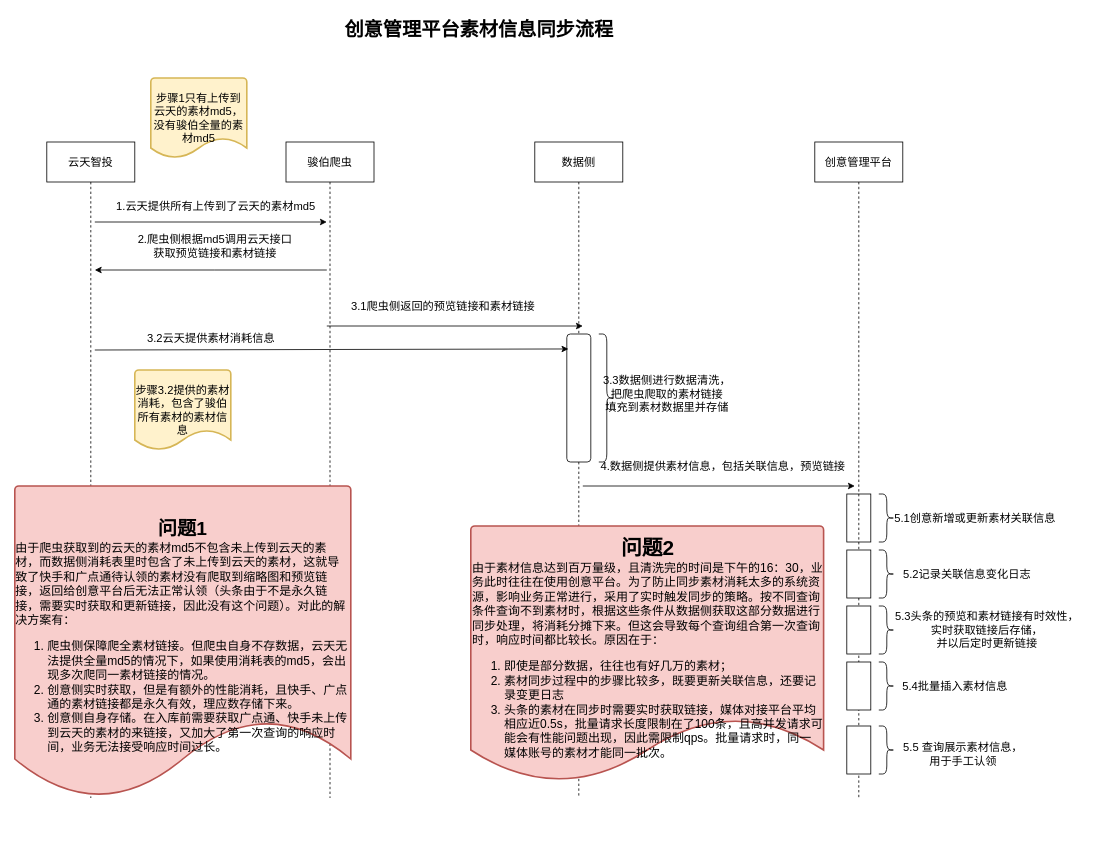
The draw.io diagram 创意素材手工认领.drawio in Willhow-Gao/drawIOStore, before the edit. Source tidied: cells renumbered, new cells numbered last; positions are measured from the earlier drawing's top-left corner, leaving out a move shared by most shapes. Both pictures are drawn from the tidied source at 80%, with x=0, y=0 at pixel (14, 14).
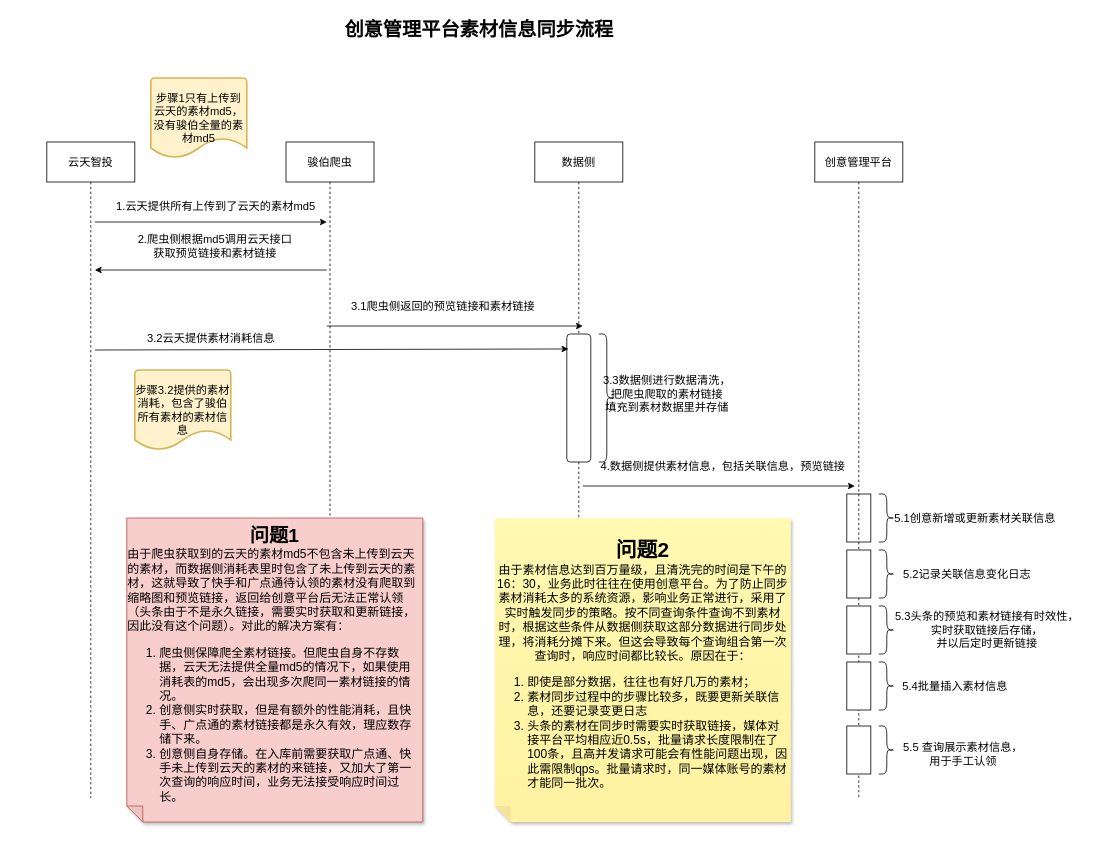
The same diagram, later.

Commit message (it also covers changes not shown here):
更新创意素材手工认领.drawio

Diff of the diagram source:
```diff
@@
-    <mxCell id="43" value="&lt;div style=&quot;text-align: center;&quot;&gt;&lt;span style=&quot;background-color: initial;&quot;&gt;&lt;b&gt;&lt;font style=&quot;font-size: 26px;&quot;&gt;问题2&lt;/font&gt;&lt;/b&gt;&lt;/span&gt;&lt;/div&gt;&lt;font style=&quot;font-size: 15px;&quot;&gt;由于素材信息达到百万量级，且清洗完的时间是下午的16：30，业务此时往往在使用创意平台。为了防止同步素材消耗太多的系统资源，影响业务正常进行，采用了实时触发同步的策略。按不同查询条件查询不到素材时，根据这些条件从数据侧获取这部分数据进行同步处理，将消耗分摊下来。但这会导致每个查询组合第一次查询时，响应时间都比较长。原因在于：&lt;br&gt;&lt;/font&gt;&lt;ol style=&quot;font-size: 15px;&quot;&gt;&lt;li style=&quot;&quot;&gt;&lt;font style=&quot;font-size: 15px;&quot;&gt;即使是部分数据，往往也有好几万的素材；&lt;br&gt;&lt;/font&gt;&lt;/li&gt;&lt;li style=&quot;&quot;&gt;&lt;font style=&quot;font-size: 15px;&quot;&gt;素材同步过程中的步骤比较多，既要更新关联信息，还要记录变更日志&lt;/font&gt;&lt;/li&gt;&lt;li style=&quot;&quot;&gt;&lt;font style=&quot;font-size: 15px;&quot;&gt;头条的素材在同步时需要实时获取链接，媒体对接平台平均相应近0.5s，批量请求长度限制在了100条，且高并发请求可能会有性能问题出现，因此需限制qps。批量请求时，同一媒体账号的素材才能同一批次。&lt;/font&gt;&lt;/li&gt;&lt;/ol&gt;" style="strokeWidth=2;html=1;shape=mxgraph.flowchart.document2;whiteSpace=wrap;size=0.25;align=left;fillColor=#f8cecc;strokeColor=#b85450;" parent="1" vertex="1">
-      <mxGeometry x="570" y="640" width="441" height="320" as="geometry" />
+    <mxCell id="43" value="&lt;div style=&quot;border-color: var(--border-color);&quot;&gt;&lt;b style=&quot;border-color: var(--border-color);&quot;&gt;&lt;font style=&quot;border-color: var(--border-color); font-size: 26px;&quot;&gt;问题2&lt;/font&gt;&lt;/b&gt;&lt;/div&gt;&lt;font style=&quot;border-color: var(--border-color); text-align: left; font-size: 15px;&quot;&gt;由于素材信息达到百万量级，且清洗完的时间是下午的16：30，业务此时往往在使用创意平台。为了防止同步素材消耗太多的系统资源，影响业务正常进行，采用了实时触发同步的策略。按不同查询条件查询不到素材时，根据这些条件从数据侧获取这部分数据进行同步处理，将消耗分摊下来。但这会导致每个查询组合第一次查询时，响应时间都比较长。原因在于：&lt;br style=&quot;border-color: var(--border-color);&quot;&gt;&lt;/font&gt;&lt;ol style=&quot;border-color: var(--border-color); text-align: left; font-size: 15px;&quot;&gt;&lt;li style=&quot;border-color: var(--border-color);&quot;&gt;&lt;font style=&quot;border-color: var(--border-color);&quot;&gt;即使是部分数据，往往也有好几万的素材；&lt;br style=&quot;border-color: var(--border-color);&quot;&gt;&lt;/font&gt;&lt;/li&gt;&lt;li style=&quot;border-color: var(--border-color);&quot;&gt;&lt;font style=&quot;border-color: var(--border-color);&quot;&gt;素材同步过程中的步骤比较多，既要更新关联信息，还要记录变更日志&lt;/font&gt;&lt;/li&gt;&lt;li style=&quot;border-color: var(--border-color);&quot;&gt;&lt;font style=&quot;border-color: var(--border-color);&quot;&gt;头条的素材在同步时需要实时获取链接，媒体对接平台平均相应近0.5s，批量请求长度限制在了100条，且高并发请求可能会有性能问题出现，因此需限制qps。批量请求时，同一媒体账号的素材才能同一批次。&lt;/font&gt;&lt;/li&gt;&lt;/ol&gt;" style="shape=note;whiteSpace=wrap;html=1;backgroundOutline=1;fontColor=#000000;darkOpacity=0.05;fillColor=#FFF9B2;strokeColor=none;fillStyle=solid;direction=west;gradientDirection=north;gradientColor=#FFF2A1;shadow=1;size=20;" parent="1" vertex="1">
+      <mxGeometry x="600" y="630" width="370" height="380" as="geometry" />
     </mxCell>
-    <mxCell id="44" value="&lt;font size=&quot;1&quot; style=&quot;&quot;&gt;&lt;b style=&quot;font-size: 24px;&quot;&gt;问题1&lt;/b&gt;&lt;/font&gt;&lt;br&gt;&lt;div style=&quot;text-align: left; font-size: 15px;&quot;&gt;&lt;span style=&quot;background-color: initial;&quot;&gt;&lt;font style=&quot;font-size: 15px;&quot;&gt;由于爬虫获取到的云天的素材md5不包含未上传到云天的素材，而数据侧消耗表里时包含了未上传到云天的素材，这就导致了快手和广点通待认领的素材没有爬取到缩略图和预览链接，返回给创意平台后无法正常认领（头条由于不是永久链接，需要实时获取和更新链接，因此没有这个问题）。对此的解决方案有：&lt;/font&gt;&lt;/span&gt;&lt;/div&gt;&lt;div style=&quot;text-align: left; font-size: 15px;&quot;&gt;&lt;ol style=&quot;&quot;&gt;&lt;li style=&quot;&quot;&gt;&lt;span style=&quot;background-color: initial;&quot;&gt;&lt;font style=&quot;font-size: 15px;&quot;&gt;爬虫侧保障爬全素材链接。但爬虫自身不存数据，云天无法提供全量md5的情况下，如果使用消耗表的md5，会出现多次爬同一素材链接的情况。&lt;/font&gt;&lt;/span&gt;&lt;/li&gt;&lt;li style=&quot;&quot;&gt;&lt;span style=&quot;background-color: initial;&quot;&gt;&lt;font style=&quot;font-size: 15px;&quot;&gt;创意侧实时获取，但是有额外的性能消耗，且快手、广点通的素材链接都是永久有效，理应数存储下来。&lt;/font&gt;&lt;/span&gt;&lt;/li&gt;&lt;li style=&quot;&quot;&gt;&lt;span style=&quot;background-color: initial;&quot;&gt;&lt;font style=&quot;font-size: 15px;&quot;&gt;创意侧自身存储。在入库前需要获取广点通、快手未上传到云天的素材的来链接，又加大了第一次查询的响应时间，业务无法接受响应时间过长。&lt;/font&gt;&lt;/span&gt;&lt;/li&gt;&lt;/ol&gt;&lt;/div&gt;" style="strokeWidth=2;html=1;shape=mxgraph.flowchart.document2;whiteSpace=wrap;size=0.25;fillColor=#f8cecc;strokeColor=#b85450;" parent="1" vertex="1">
-      <mxGeometry y="590" width="420" height="390" as="geometry" />
+    <mxCell id="44" value="&lt;div style=&quot;border-color: var(--border-color);&quot;&gt;&lt;font style=&quot;border-color: var(--border-color);&quot;&gt;&lt;b style=&quot;border-color: var(--border-color); font-size: 24px;&quot;&gt;问题1&lt;/b&gt;&lt;/font&gt;&lt;br style=&quot;border-color: var(--border-color);&quot;&gt;&lt;div style=&quot;border-color: var(--border-color); text-align: left; font-size: 15px;&quot;&gt;由于爬虫获取到的云天的素材md5不包含未上传到云天的素材，而数据侧消耗表里时包含了未上传到云天的素材，这就导致了快手和广点通待认领的素材没有爬取到缩略图和预览链接，返回给创意平台后无法正常认领（头条由于不是永久链接，需要实时获取和更新链接，因此没有这个问题）。对此的解决方案有：&lt;/div&gt;&lt;div style=&quot;border-color: var(--border-color); text-align: left; font-size: 15px;&quot;&gt;&lt;ol style=&quot;border-color: var(--border-color);&quot;&gt;&lt;li style=&quot;border-color: var(--border-color);&quot;&gt;爬虫侧保障爬全素材链接。但爬虫自身不存数据，云天无法提供全量md5的情况下，如果使用消耗表的md5，会出现多次爬同一素材链接的情况。&lt;/li&gt;&lt;li style=&quot;border-color: var(--border-color);&quot;&gt;&lt;span style=&quot;border-color: var(--border-color); background-color: initial;&quot;&gt;创意侧实时获取，但是有额外的性能消耗，且快手、广点通的素材链接都是永久有效，理应数存储下来。&lt;/span&gt;&lt;/li&gt;&lt;li style=&quot;border-color: var(--border-color);&quot;&gt;&lt;span style=&quot;border-color: var(--border-color); background-color: initial;&quot;&gt;创意侧自身存储。在入库前需要获取广点通、快手未上传到云天的素材的来链接，又加大了第一次查询的响应时间，业务无法接受响应时间过长。&lt;/span&gt;&lt;/li&gt;&lt;/ol&gt;&lt;/div&gt;&lt;/div&gt;" style="shape=note;whiteSpace=wrap;html=1;backgroundOutline=1;darkOpacity=0.05;fillColor=#f8cecc;strokeColor=#b85450;fillStyle=solid;direction=west;gradientDirection=north;shadow=1;size=20;" parent="1" vertex="1">
+      <mxGeometry x="140" y="630" width="370" height="380" as="geometry" />
     </mxCell>
```
